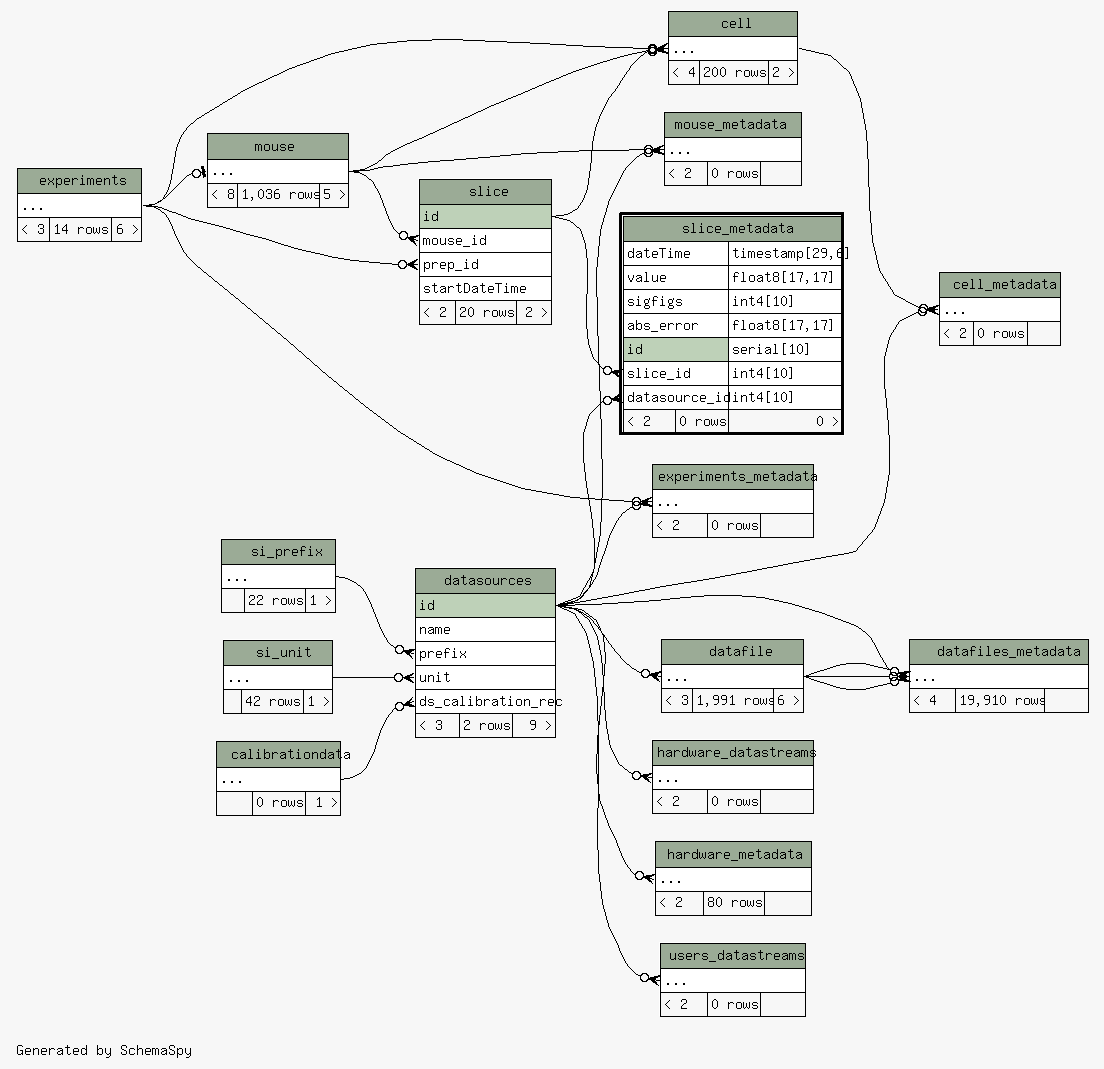
The Graphviz diagram database/ss/diagrams/slice_metadata.2degrees.png in tgbugs/mlab, before a commit. Its source is kept beside it as database/ss/diagrams/slice_metadata.2degrees.dot.
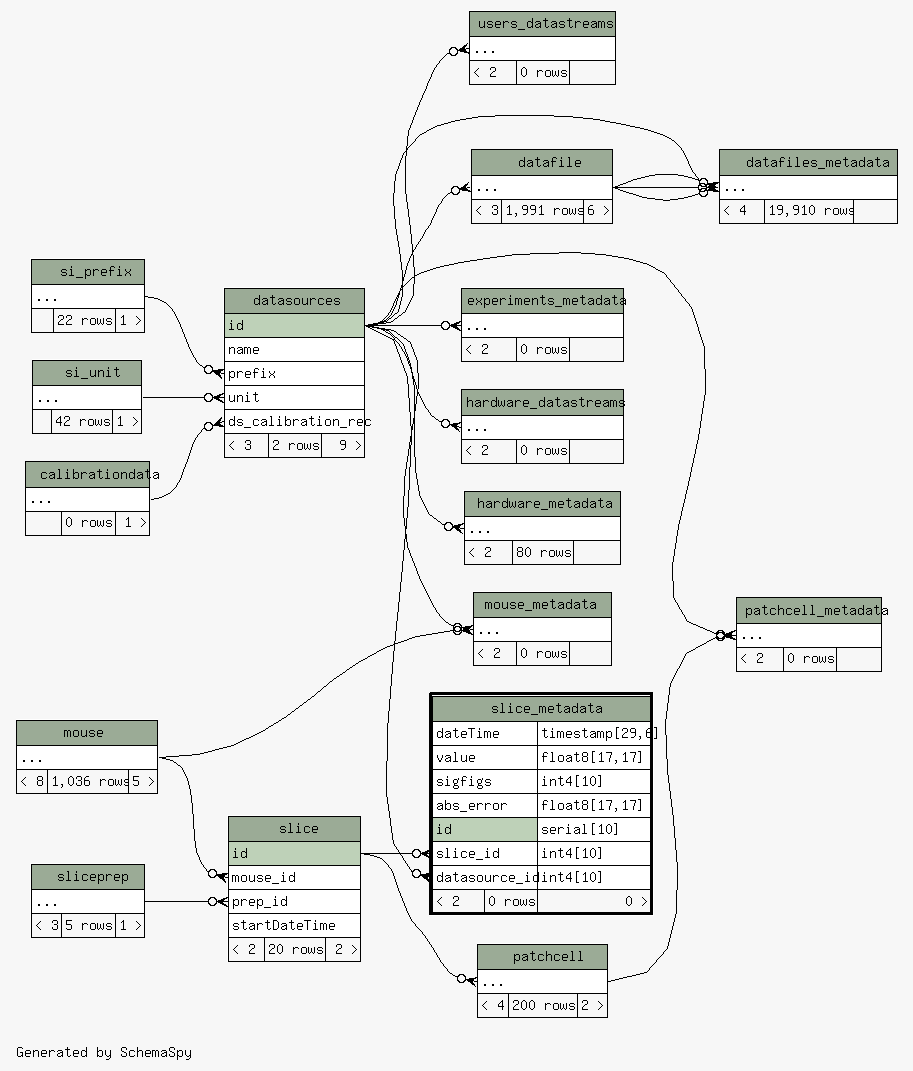
After the change.

Diff of the diagram source:
```diff
@@ -17,11 +17,6 @@
   edge [
     arrowsize="0.8"
   ];
-  "cell":"elipses":w -> "experiments":"elipses":e [arrowhead=none dir=back arrowtail=crowodot];
-  "cell":"elipses":w -> "mouse":"elipses":e [arrowhead=none dir=back arrowtail=crowodot];
-  "cell":"elipses":w -> "slice":"id":e [arrowhead=none dir=back arrowtail=crowodot];
-  "cell_metadata":"elipses":w -> "cell":"elipses":e [arrowhead=none dir=back arrowtail=crowodot];
-  "cell_metadata":"elipses":w -> "datasources":"id":e [arrowhead=none dir=back arrowtail=crowodot];
   "datafile":"elipses":w -> "datasources":"id":e [arrowhead=none dir=back arrowtail=crowodot];
   "datafiles_metadata":"elipses":w -> "datasources":"id":e [arrowhead=none dir=back arrowtail=crowodot];
   "datafiles_metadata":"elipses":w -> "datafile":"elipses":e [arrowhead=none dir=back arrowtail=crowodot];
@@ -31,14 +26,15 @@
   "datasources":"prefix":w -> "si_prefix":"elipses":e [arrowhead=none dir=back arrowtail=crowodot];
   "datasources":"unit":w -> "si_unit":"elipses":e [arrowhead=none dir=back arrowtail=crowodot];
   "experiments_metadata":"elipses":w -> "datasources":"id":e [arrowhead=none dir=back arrowtail=crowodot];
-  "experiments_metadata":"elipses":w -> "experiments":"elipses":e [arrowhead=none dir=back arrowtail=crowodot];
   "hardware_datastreams":"elipses":w -> "datasources":"id":e [arrowhead=none dir=back arrowtail=crowodot];
   "hardware_metadata":"elipses":w -> "datasources":"id":e [arrowhead=none dir=back arrowtail=crowodot];
-  "mouse":"elipses":w -> "experiments":"elipses":e [arrowhead=none dir=back arrowtail=teeodot];
   "mouse_metadata":"elipses":w -> "datasources":"id":e [arrowhead=none dir=back arrowtail=crowodot];
   "mouse_metadata":"elipses":w -> "mouse":"elipses":e [arrowhead=none dir=back arrowtail=crowodot];
+  "patchcell":"elipses":w -> "slice":"id":e [arrowhead=none dir=back arrowtail=crowodot];
+  "patchcell_metadata":"elipses":w -> "datasources":"id":e [arrowhead=none dir=back arrowtail=crowodot];
+  "patchcell_metadata":"elipses":w -> "patchcell":"elipses":e [arrowhead=none dir=back arrowtail=crowodot];
   "slice":"mouse_id":w -> "mouse":"elipses":e [arrowhead=none dir=back arrowtail=crowodot];
-  "slice":"prep_id":w -> "experiments":"elipses":e [arrowhead=none dir=back arrowtail=crowodot];
+  "slice":"prep_id":w -> "sliceprep":"elipses":e [arrowhead=none dir=back arrowtail=crowodot];
   "slice_metadata":"datasource_id":w -> "datasources":"id":e [arrowhead=none dir=back arrowtail=crowodot];
   "slice_metadata":"slice_id":w -> "slice":"id":e [arrowhead=none dir=back arrowtail=crowodot];
   "users_datastreams":"elipses":w -> "datasources":"id":e [arrowhead=none dir=back arrowtail=crowodot];
@@ -51,26 +47,6 @@
     </TABLE>>
     URL="calibrationdata.html"
     tooltip="calibrationdata"
-  ];
-  "cell" [
-    label=<
-    <TABLE BORDER="0" CELLBORDER="1" CELLSPACING="0" BGCOLOR="#ffffff">
-      <TR><TD COLSPAN="3" BGCOLOR="#9bab96" ALIGN="CENTER">cell</TD></TR>
-      <TR><TD PORT="elipses" COLSPAN="3" ALIGN="LEFT">...</TD></TR>
-      <TR><TD ALIGN="LEFT" BGCOLOR="#f7f7f7">&lt; 4</TD><TD ALIGN="RIGHT" BGCOLOR="#f7f7f7">200 rows</TD><TD ALIGN="RIGHT" BGCOLOR="#f7f7f7">2 &gt;</TD></TR>
-    </TABLE>>
-    URL="cell.html"
-    tooltip="cell"
-  ];
-  "cell_metadata" [
-    label=<
-    <TABLE BORDER="0" CELLBORDER="1" CELLSPACING="0" BGCOLOR="#ffffff">
-      <TR><TD COLSPAN="3" BGCOLOR="#9bab96" ALIGN="CENTER">cell_metadata</TD></TR>
-      <TR><TD PORT="elipses" COLSPAN="3" ALIGN="LEFT">...</TD></TR>
-      <TR><TD ALIGN="LEFT" BGCOLOR="#f7f7f7">&lt; 2</TD><TD ALIGN="RIGHT" BGCOLOR="#f7f7f7">0 rows</TD><TD ALIGN="RIGHT" BGCOLOR="#f7f7f7">  </TD></TR>
-    </TABLE>>
-    URL="cell_metadata.html"
-    tooltip="cell_metadata"
   ];
   "datafile" [
     label=<
@@ -105,16 +81,6 @@
     </TABLE>>
     URL="datasources.html"
     tooltip="datasources"
-  ];
-  "experiments" [
-    label=<
-    <TABLE BORDER="0" CELLBORDER="1" CELLSPACING="0" BGCOLOR="#ffffff">
-      <TR><TD COLSPAN="3" BGCOLOR="#9bab96" ALIGN="CENTER">experiments</TD></TR>
-      <TR><TD PORT="elipses" COLSPAN="3" ALIGN="LEFT">...</TD></TR>
-      <TR><TD ALIGN="LEFT" BGCOLOR="#f7f7f7">&lt; 3</TD><TD ALIGN="RIGHT" BGCOLOR="#f7f7f7">14 rows</TD><TD ALIGN="RIGHT" BGCOLOR="#f7f7f7">6 &gt;</TD></TR>
-    </TABLE>>
-    URL="experiments.html"
-    tooltip="experiments"
   ];
   "experiments_metadata" [
     label=<
@@ -166,6 +132,26 @@
     URL="mouse_metadata.html"
     tooltip="mouse_metadata"
   ];
+  "patchcell" [
+    label=<
+    <TABLE BORDER="0" CELLBORDER="1" CELLSPACING="0" BGCOLOR="#ffffff">
+      <TR><TD COLSPAN="3" BGCOLOR="#9bab96" ALIGN="CENTER">patchcell</TD></TR>
+      <TR><TD PORT="elipses" COLSPAN="3" ALIGN="LEFT">...</TD></TR>
+      <TR><TD ALIGN="LEFT" BGCOLOR="#f7f7f7">&lt; 4</TD><TD ALIGN="RIGHT" BGCOLOR="#f7f7f7">200 rows</TD><TD ALIGN="RIGHT" BGCOLOR="#f7f7f7">2 &gt;</TD></TR>
+    </TABLE>>
+    URL="patchcell.html"
+    tooltip="patchcell"
+  ];
+  "patchcell_metadata" [
+    label=<
+    <TABLE BORDER="0" CELLBORDER="1" CELLSPACING="0" BGCOLOR="#ffffff">
+      <TR><TD COLSPAN="3" BGCOLOR="#9bab96" ALIGN="CENTER">patchcell_metadata</TD></TR>
+      <TR><TD PORT="elipses" COLSPAN="3" ALIGN="LEFT">...</TD></TR>
+      <TR><TD ALIGN="LEFT" BGCOLOR="#f7f7f7">&lt; 2</TD><TD ALIGN="RIGHT" BGCOLOR="#f7f7f7">0 rows</TD><TD ALIGN="RIGHT" BGCOLOR="#f7f7f7">  </TD></TR>
+    </TABLE>>
+    URL="patchcell_metadata.html"
+    tooltip="patchcell_metadata"
+  ];
   "si_prefix" [
     label=<
     <TABLE BORDER="0" CELLBORDER="1" CELLSPACING="0" BGCOLOR="#ffffff">
@@ -215,6 +201,16 @@
     URL="slice_metadata.html"
     tooltip="slice_metadata"
   ];
+  "sliceprep" [
+    label=<
+    <TABLE BORDER="0" CELLBORDER="1" CELLSPACING="0" BGCOLOR="#ffffff">
+      <TR><TD COLSPAN="3" BGCOLOR="#9bab96" ALIGN="CENTER">sliceprep</TD></TR>
+      <TR><TD PORT="elipses" COLSPAN="3" ALIGN="LEFT">...</TD></TR>
+      <TR><TD ALIGN="LEFT" BGCOLOR="#f7f7f7">&lt; 3</TD><TD ALIGN="RIGHT" BGCOLOR="#f7f7f7">5 rows</TD><TD ALIGN="RIGHT" BGCOLOR="#f7f7f7">1 &gt;</TD></TR>
+    </TABLE>>
+    URL="sliceprep.html"
+    tooltip="sliceprep"
+  ];
   "users_datastreams" [
     label=<
     <TABLE BORDER="0" CELLBORDER="1" CELLSPACING="0" BGCOLOR="#ffffff">
```
